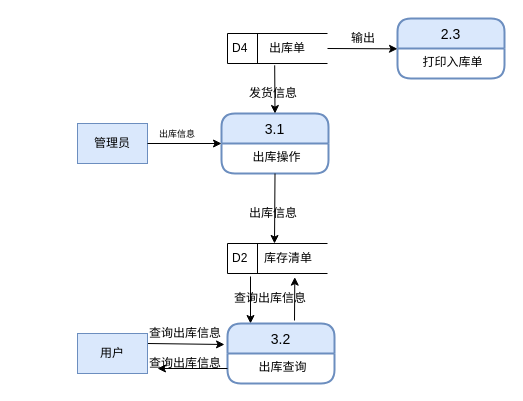
fancy5858/hello-world keeps this draw.io diagram as 出库管理子模块第二层数据流图.drawio. Above is the earlier version. Source tidied: cells renumbered, new cells numbered last; positions are measured from the earlier drawing's top-left corner, leaving out a move shared by most shapes. Both pictures are drawn from the tidied source at 100%, with x=0, y=0 at pixel (77, 18).
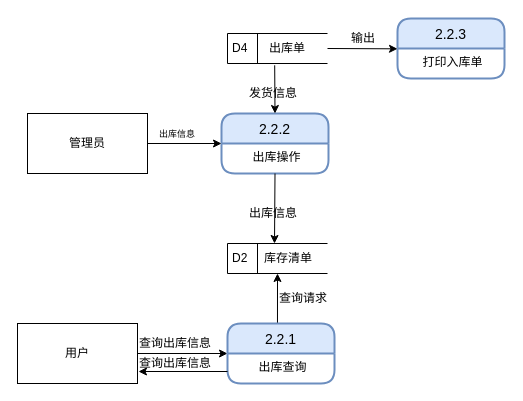
Above is the later version.

Commit message:
Update 出库管理子模块第二层数据流图.drawio

Unchanged cells that the change refers to:
```xml
<mxCell id="13" value="D2" style="html=1;dashed=0;whitespace=wrap;shape=mxgraph.dfd.dataStoreID;align=left;spacingLeft=3;points=[[0,0],[0.5,0],[1,0],[0,0.5],[1,0.5],[0,1],[0.5,1],[1,1]];" parent="1" vertex="1">
  <mxGeometry x="150" y="225" width="100" height="30" as="geometry" />
</mxCell>
```

What changed in the source:
```diff
@@
-    <mxCell id="4" value="3.1" style="swimlane;horizontal=1;startSize=30;rounded=1;fontSize=14;fontStyle=0;strokeWidth=2;shadow=0;dashed=0;align=center;fillColor=#dae8fc;strokeColor=#6c8ebf;" parent="1" vertex="1">
+    <mxCell id="4" value="2.2.2" style="swimlane;horizontal=1;startSize=30;rounded=1;fontSize=14;fontStyle=0;strokeWidth=2;shadow=0;dashed=0;align=center;fillColor=#dae8fc;strokeColor=#6c8ebf;" parent="1" vertex="1">
       <mxGeometry x="144" y="95" width="107" height="60" as="geometry" />
     </mxCell>
@@
-    <mxCell id="8" value="管理员" style="rounded=0;whiteSpace=wrap;html=1;align=center;fillColor=#dae8fc;strokeColor=#6c8ebf;" parent="1" vertex="1">
-      <mxGeometry y="105" width="70" height="40" as="geometry" />
-    </mxCell>
-    <mxCell id="9" style="endArrow=classic;html=1;exitX=1;exitY=0.5;exitDx=0;exitDy=0;entryX=0;entryY=0.5;entryDx=0;entryDy=0;" parent="1" edge="1" source="8" target="4">
-      <mxGeometry relative="1" as="geometry" />
+    <mxCell id="9" style="endArrow=classic;html=1;exitX=1;exitY=0.5;exitDx=0;exitDy=0;entryX=0;entryY=0.5;entryDx=0;entryDy=0;" parent="1" edge="1" target="4">
+      <mxGeometry relative="1" as="geometry">
+        <mxPoint x="70" y="125" as="sourcePoint" />
+      </mxGeometry>
     </mxCell>
@@
-    <mxCell id="15" style="endArrow=classic;html=1;entryX=0.673;entryY=1.122;entryDx=0;entryDy=0;entryPerimeter=0;exitX=0.662;exitY=-0.05;exitDx=0;exitDy=0;exitPerimeter=0;" parent="1" edge="1" target="13">
-      <mxGeometry relative="1" as="geometry">
-        <mxPoint x="217" y="302" as="sourcePoint" />
-      </mxGeometry>
+    <mxCell id="15" style="endArrow=classic;html=1;entryX=0.5;entryY=1;entryDx=0;entryDy=0;exitX=0.467;exitY=0;exitDx=0;exitDy=0;exitPerimeter=0;" parent="1" edge="1" source="25" target="13">
+      <mxGeometry relative="1" as="geometry" />
     </mxCell>
-    <mxCell id="16" style="endArrow=classic;html=1;entryX=0.25;entryY=0;entryDx=0;entryDy=0;" parent="1" edge="1">
-      <mxGeometry relative="1" as="geometry">
-        <mxPoint x="173" y="258" as="sourcePoint" />
-        <mxPoint x="173" y="305" as="targetPoint" />
-      </mxGeometry>
-    </mxCell>
-    <mxCell id="17" value="查询出库信息" style="text;html=1;align=left;verticalAlign=top;spacingTop=-4;" parent="1" vertex="1">
-      <mxGeometry x="155" y="270" width="90" height="20" as="geometry" />
+    <mxCell id="17" value="查询请求" style="text;html=1;align=left;verticalAlign=top;spacingTop=-4;" parent="1" vertex="1">
+      <mxGeometry x="200" y="270" width="60" height="20" as="geometry" />
     </mxCell>
-    <mxCell id="18" style="endArrow=classic;html=1;exitX=1;exitY=0.25;exitDx=0;exitDy=0;entryX=0;entryY=0.353;entryDx=0;entryDy=0;entryPerimeter=0;" parent="1" edge="1">
+    <mxCell id="18" style="endArrow=classic;html=1;entryX=0;entryY=0.353;entryDx=0;entryDy=0;entryPerimeter=0;" parent="1" edge="1">
       <mxGeometry relative="1" as="geometry">
-        <mxPoint x="70" y="325" as="sourcePoint" />
-        <mxPoint x="147" y="326" as="targetPoint" />
+        <mxPoint x="60" y="335" as="sourcePoint" />
+        <mxPoint x="150" y="335" as="targetPoint" />
       </mxGeometry>
     </mxCell>
     <mxCell id="19" value="查询出库信息" style="text;html=1;align=left;verticalAlign=top;spacingTop=-4;" parent="1" vertex="1">
-      <mxGeometry x="70" y="305" width="90" height="20" as="geometry" />
+      <mxGeometry x="60" y="315" width="90" height="20" as="geometry" />
     </mxCell>
-    <mxCell id="20" value="2.3" style="swimlane;horizontal=1;startSize=30;rounded=1;fontSize=14;fontStyle=0;strokeWidth=2;shadow=0;dashed=0;align=center;fillColor=#dae8fc;strokeColor=#6c8ebf;" parent="1" vertex="1">
+    <mxCell id="20" value="2.2.3" style="swimlane;horizontal=1;startSize=30;rounded=1;fontSize=14;fontStyle=0;strokeWidth=2;shadow=0;dashed=0;align=center;fillColor=#dae8fc;strokeColor=#6c8ebf;" parent="1" vertex="1">
       <mxGeometry x="320" width="107" height="60" as="geometry" />
     </mxCell>
@@
-    <mxCell id="24" value="用户" style="rounded=0;whiteSpace=wrap;html=1;align=center;fillColor=#dae8fc;strokeColor=#6c8ebf;" parent="1" vertex="1">
-      <mxGeometry y="315" width="70" height="40" as="geometry" />
-    </mxCell>
-    <mxCell id="25" value="3.2" style="swimlane;horizontal=1;startSize=30;rounded=1;fontSize=14;fontStyle=0;strokeWidth=2;shadow=0;dashed=0;align=center;fillColor=#dae8fc;strokeColor=#6c8ebf;" parent="1" vertex="1">
+    <mxCell id="25" value="2.2.1" style="swimlane;horizontal=1;startSize=30;rounded=1;fontSize=14;fontStyle=0;strokeWidth=2;shadow=0;dashed=0;align=center;fillColor=#dae8fc;strokeColor=#6c8ebf;" parent="1" vertex="1">
       <mxGeometry x="150" y="305" width="107" height="60" as="geometry" />
     </mxCell>
@@
-    <mxCell id="27" style="endArrow=classic;html=1;exitX=0;exitY=0.75;exitDx=0;exitDy=0;" parent="1" edge="1" source="25">
-      <mxGeometry relative="1" as="geometry">
-        <mxPoint x="80" y="350" as="targetPoint" />
-      </mxGeometry>
-    </mxCell>
+    <mxCell id="8" value="管理员" style="rounded=0;whiteSpace=wrap;html=1;" parent="1" vertex="1">
+      <mxGeometry x="-50" y="95" width="120" height="60" as="geometry" />
+    </mxCell>
+    <mxCell id="24" value="用户" style="rounded=0;whiteSpace=wrap;html=1;" parent="1" vertex="1">
+      <mxGeometry x="-60" y="305" width="120" height="60" as="geometry" />
+    </mxCell>
     <mxCell id="28" value="查询出库信息" style="text;html=1;align=left;verticalAlign=top;spacingTop=-4;" parent="1" vertex="1">
-      <mxGeometry x="70" y="335" width="90" height="20" as="geometry" />
+      <mxGeometry x="60" y="335" width="90" height="20" as="geometry" />
     </mxCell>
+    <mxCell id="29" style="endArrow=classic;html=1;" parent="1" edge="1">
+      <mxGeometry relative="1" as="geometry">
+        <mxPoint x="150" y="353" as="sourcePoint" />
+        <mxPoint x="61" y="353" as="targetPoint" />
+      </mxGeometry>
+    </mxCell>
```
